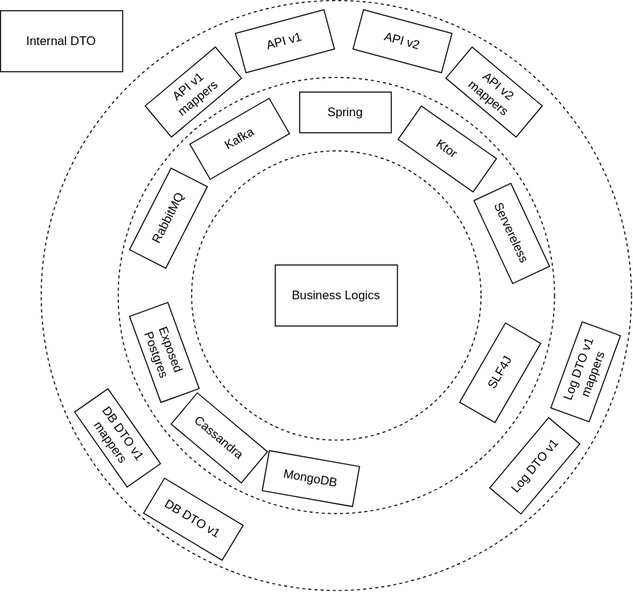
The draw.io diagram docs/architecture/img/architecture.drawio.svg in vir2al8/crypto-exchange, before a commit. Source tidied: cells renumbered, new cells last; positions are measured from the earlier drawing's top-left corner, leaving out a move shared by most shapes. Its diagram source:
```xml
<mxGraphModel>
  <root>
    <mxCell id="0" />
    <mxCell id="1" parent="0" />
    <mxCell id="2" style="ellipse;whiteSpace=wrap;html=1;dashed=1;" parent="1" vertex="1">
      <mxGeometry x="40" width="580" height="580" as="geometry" />
    </mxCell>
    <mxCell id="3" style="ellipse;whiteSpace=wrap;html=1;dashed=1;" parent="1" vertex="1">
      <mxGeometry x="115.6" y="75.6" width="428.8" height="428.8" as="geometry" />
    </mxCell>
    <mxCell id="4" value="API v1" style="rounded=0;whiteSpace=wrap;html=1;rotation=-15;" parent="1" vertex="1">
      <mxGeometry x="234.5" y="20" width="90" height="40" as="geometry" />
    </mxCell>
    <mxCell id="5" value="API v2" style="rounded=0;whiteSpace=wrap;html=1;rotation=15;" parent="1" vertex="1">
      <mxGeometry x="350" y="20" width="90" height="40" as="geometry" />
    </mxCell>
    <mxCell id="6" value="API v1 &lt;br&gt;mappers" style="rounded=0;whiteSpace=wrap;html=1;rotation=-40;" parent="1" vertex="1">
      <mxGeometry x="144.5" y="70" width="90" height="40" as="geometry" />
    </mxCell>
    <mxCell id="7" value="API v2 &lt;br&gt;mappers" style="rounded=0;whiteSpace=wrap;html=1;rotation=40;" parent="1" vertex="1">
      <mxGeometry x="440" y="70" width="90" height="40" as="geometry" />
    </mxCell>
    <mxCell id="8" value="DB DTO v1" style="rounded=0;whiteSpace=wrap;html=1;rotation=31;" parent="1" vertex="1">
      <mxGeometry x="144.5" y="490" width="90" height="40" as="geometry" />
    </mxCell>
    <mxCell id="9" value="DB DTO v1 &lt;br&gt;mappers" style="rounded=0;whiteSpace=wrap;html=1;rotation=55;" parent="1" vertex="1">
      <mxGeometry x="70" y="410" width="90" height="40" as="geometry" />
    </mxCell>
    <mxCell id="10" value="Log DTO v1 &lt;br&gt;mappers" style="rounded=0;whiteSpace=wrap;html=1;rotation=-70;" parent="1" vertex="1">
      <mxGeometry x="530" y="345" width="90" height="40" as="geometry" />
    </mxCell>
    <mxCell id="11" value="Log DTO v1" style="rounded=0;whiteSpace=wrap;html=1;rotation=-50;" parent="1" vertex="1">
      <mxGeometry x="480" y="437.5" width="90" height="40" as="geometry" />
    </mxCell>
    <mxCell id="12" style="ellipse;whiteSpace=wrap;html=1;dashed=1;" parent="1" vertex="1">
      <mxGeometry x="187.8" y="147.8" width="284.4" height="284.4" as="geometry" />
    </mxCell>
    <mxCell id="13" value="Spring" style="rounded=0;whiteSpace=wrap;html=1;rotation=0;" parent="1" vertex="1">
      <mxGeometry x="294" y="90" width="90" height="40" as="geometry" />
    </mxCell>
    <mxCell id="14" value="Ktor" style="rounded=0;whiteSpace=wrap;html=1;rotation=35;" parent="1" vertex="1">
      <mxGeometry x="394" y="126" width="90" height="40" as="geometry" />
    </mxCell>
    <mxCell id="15" value="Servereless" style="rounded=0;whiteSpace=wrap;html=1;rotation=65;" parent="1" vertex="1">
      <mxGeometry x="457.4" y="209" width="90" height="40" as="geometry" />
    </mxCell>
    <mxCell id="16" value="RabbitMQ" style="rounded=0;whiteSpace=wrap;html=1;rotation=-63;" parent="1" vertex="1">
      <mxGeometry x="120" y="194" width="90" height="40" as="geometry" />
    </mxCell>
    <mxCell id="17" value="Kafka" style="rounded=0;whiteSpace=wrap;html=1;rotation=-30;" parent="1" vertex="1">
      <mxGeometry x="190" y="116" width="90" height="40" as="geometry" />
    </mxCell>
    <mxCell id="18" value="Exposed Postgres" style="rounded=0;whiteSpace=wrap;html=1;rotation=70;" parent="1" vertex="1">
      <mxGeometry x="116" y="326" width="90" height="40" as="geometry" />
    </mxCell>
    <mxCell id="19" value="Cassandra" style="rounded=0;whiteSpace=wrap;html=1;rotation=40;" parent="1" vertex="1">
      <mxGeometry x="170" y="410" width="90" height="40" as="geometry" />
    </mxCell>
    <mxCell id="20" value="MongoDB" style="rounded=0;whiteSpace=wrap;html=1;rotation=10;" parent="1" vertex="1">
      <mxGeometry x="260" y="450" width="90" height="40" as="geometry" />
    </mxCell>
    <mxCell id="21" value="SLF4J" style="rounded=0;whiteSpace=wrap;html=1;rotation=-60;" parent="1" vertex="1">
      <mxGeometry x="446" y="346" width="90" height="40" as="geometry" />
    </mxCell>
    <mxCell id="22" value="Internal DTO" style="rounded=0;whiteSpace=wrap;html=1;" parent="1" vertex="1">
      <mxGeometry y="10" width="120" height="60" as="geometry" />
    </mxCell>
    <mxCell id="23" value="Business Logics" style="rounded=0;whiteSpace=wrap;html=1;" parent="1" vertex="1">
      <mxGeometry x="270" y="260" width="120" height="60" as="geometry" />
    </mxCell>
  </root>
</mxGraphModel>
```
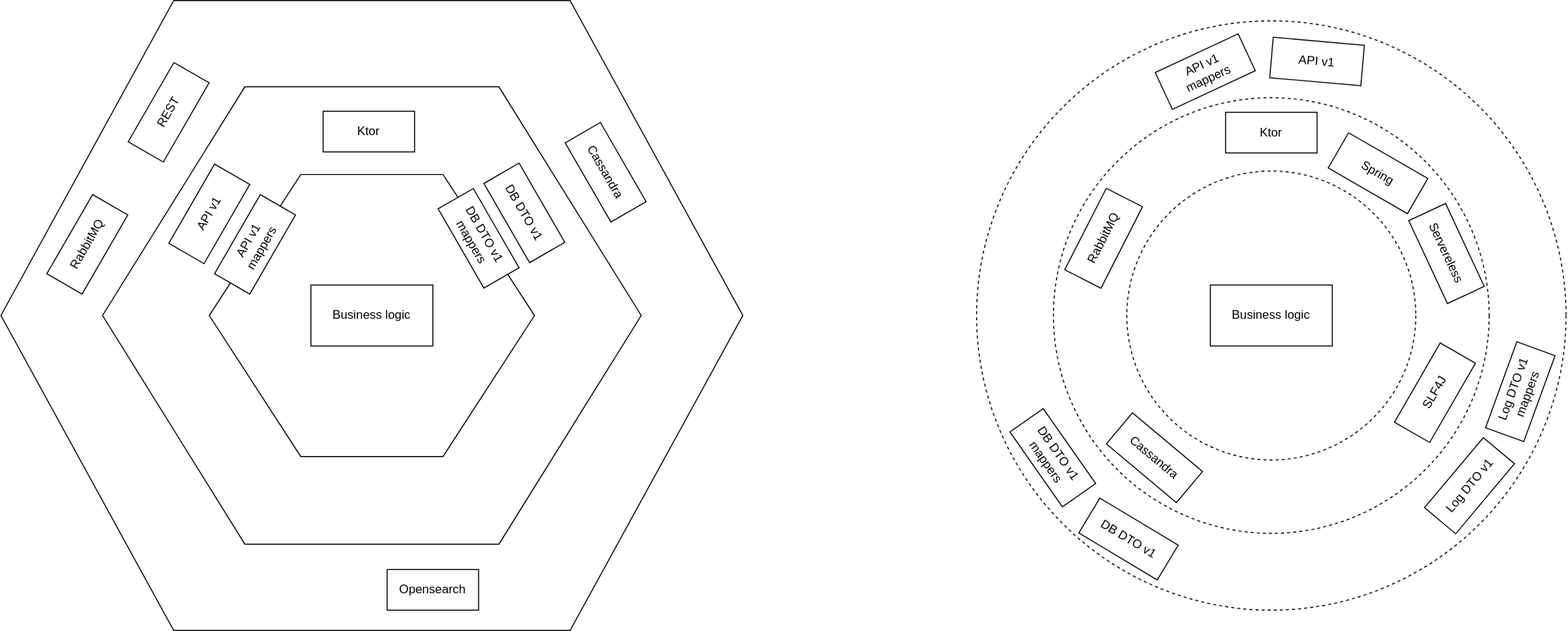
Above is the later version.

Diff of the diagram source:
```diff
@@ -8,18 +8,12 @@
     <mxCell id="3" style="ellipse;whiteSpace=wrap;html=1;dashed=1;" parent="1" vertex="1">
       <mxGeometry x="115.6" y="75.6" width="428.8" height="428.8" as="geometry" />
     </mxCell>
-    <mxCell id="4" value="API v1" style="rounded=0;whiteSpace=wrap;html=1;rotation=-15;" parent="1" vertex="1">
-      <mxGeometry x="234.5" y="20" width="90" height="40" as="geometry" />
+    <mxCell id="4" value="API v1" style="rounded=0;whiteSpace=wrap;html=1;rotation=5;" parent="1" vertex="1">
+      <mxGeometry x="330" y="20" width="90" height="40" as="geometry" />
     </mxCell>
-    <mxCell id="5" value="API v2" style="rounded=0;whiteSpace=wrap;html=1;rotation=15;" parent="1" vertex="1">
-      <mxGeometry x="350" y="20" width="90" height="40" as="geometry" />
-    </mxCell>
-    <mxCell id="6" value="API v1 &lt;br&gt;mappers" style="rounded=0;whiteSpace=wrap;html=1;rotation=-40;" parent="1" vertex="1">
-      <mxGeometry x="144.5" y="70" width="90" height="40" as="geometry" />
+    <mxCell id="6" value="API v1 &lt;br&gt;mappers" style="rounded=0;whiteSpace=wrap;html=1;rotation=-25;" parent="1" vertex="1">
+      <mxGeometry x="220" y="30" width="90" height="40" as="geometry" />
     </mxCell>
-    <mxCell id="7" value="API v2 &lt;br&gt;mappers" style="rounded=0;whiteSpace=wrap;html=1;rotation=40;" parent="1" vertex="1">
-      <mxGeometry x="440" y="70" width="90" height="40" as="geometry" />
-    </mxCell>
     <mxCell id="8" value="DB DTO v1" style="rounded=0;whiteSpace=wrap;html=1;rotation=31;" parent="1" vertex="1">
       <mxGeometry x="144.5" y="490" width="90" height="40" as="geometry" />
     </mxCell>
@@ -35,11 +29,11 @@
     <mxCell id="12" style="ellipse;whiteSpace=wrap;html=1;dashed=1;" parent="1" vertex="1">
       <mxGeometry x="187.8" y="147.8" width="284.4" height="284.4" as="geometry" />
     </mxCell>
-    <mxCell id="13" value="Spring" style="rounded=0;whiteSpace=wrap;html=1;rotation=0;" parent="1" vertex="1">
-      <mxGeometry x="294" y="90" width="90" height="40" as="geometry" />
+    <mxCell id="13" value="Spring" style="rounded=0;whiteSpace=wrap;html=1;rotation=30;" parent="1" vertex="1">
+      <mxGeometry x="390" y="130" width="90" height="40" as="geometry" />
     </mxCell>
-    <mxCell id="14" value="Ktor" style="rounded=0;whiteSpace=wrap;html=1;rotation=35;" parent="1" vertex="1">
-      <mxGeometry x="394" y="126" width="90" height="40" as="geometry" />
+    <mxCell id="14" value="Ktor" style="rounded=0;whiteSpace=wrap;html=1;rotation=0;" parent="1" vertex="1">
+      <mxGeometry x="285" y="90" width="90" height="40" as="geometry" />
     </mxCell>
     <mxCell id="15" value="Servereless" style="rounded=0;whiteSpace=wrap;html=1;rotation=65;" parent="1" vertex="1">
       <mxGeometry x="457.4" y="209" width="90" height="40" as="geometry" />
@@ -47,26 +41,53 @@
     <mxCell id="16" value="RabbitMQ" style="rounded=0;whiteSpace=wrap;html=1;rotation=-63;" parent="1" vertex="1">
       <mxGeometry x="120" y="194" width="90" height="40" as="geometry" />
     </mxCell>
-    <mxCell id="17" value="Kafka" style="rounded=0;whiteSpace=wrap;html=1;rotation=-30;" parent="1" vertex="1">
-      <mxGeometry x="190" y="116" width="90" height="40" as="geometry" />
-    </mxCell>
-    <mxCell id="18" value="Exposed Postgres" style="rounded=0;whiteSpace=wrap;html=1;rotation=70;" parent="1" vertex="1">
-      <mxGeometry x="116" y="326" width="90" height="40" as="geometry" />
-    </mxCell>
     <mxCell id="19" value="Cassandra" style="rounded=0;whiteSpace=wrap;html=1;rotation=40;" parent="1" vertex="1">
       <mxGeometry x="170" y="410" width="90" height="40" as="geometry" />
     </mxCell>
-    <mxCell id="20" value="MongoDB" style="rounded=0;whiteSpace=wrap;html=1;rotation=10;" parent="1" vertex="1">
-      <mxGeometry x="260" y="450" width="90" height="40" as="geometry" />
-    </mxCell>
     <mxCell id="21" value="SLF4J" style="rounded=0;whiteSpace=wrap;html=1;rotation=-60;" parent="1" vertex="1">
       <mxGeometry x="446" y="346" width="90" height="40" as="geometry" />
     </mxCell>
-    <mxCell id="22" value="Internal DTO" style="rounded=0;whiteSpace=wrap;html=1;" parent="1" vertex="1">
-      <mxGeometry y="10" width="120" height="60" as="geometry" />
-    </mxCell>
-    <mxCell id="23" value="Business Logics" style="rounded=0;whiteSpace=wrap;html=1;" parent="1" vertex="1">
+    <mxCell id="23" value="Business logic" style="rounded=0;whiteSpace=wrap;html=1;" parent="1" vertex="1">
       <mxGeometry x="270" y="260" width="120" height="60" as="geometry" />
     </mxCell>
+    <mxCell id="24" style="shape=hexagon;perimeter=hexagonPerimeter2;whiteSpace=wrap;html=1;fixedSize=1;size=170;" parent="1" vertex="1">
+      <mxGeometry x="-920" y="-20" width="730" height="620" as="geometry" />
+    </mxCell>
+    <mxCell id="25" style="shape=hexagon;perimeter=hexagonPerimeter2;whiteSpace=wrap;html=1;fixedSize=1;size=140;" parent="1" vertex="1">
+      <mxGeometry x="-820" y="64.9" width="530" height="450.1" as="geometry" />
+    </mxCell>
+    <mxCell id="26" style="shape=hexagon;perimeter=hexagonPerimeter2;whiteSpace=wrap;html=1;fixedSize=1;size=90;" parent="1" vertex="1">
+      <mxGeometry x="-715" y="151.2" width="320" height="277.5" as="geometry" />
+    </mxCell>
+    <mxCell id="27" value="Business logic" style="rounded=0;whiteSpace=wrap;html=1;" parent="1" vertex="1">
+      <mxGeometry x="-615" y="260" width="120" height="60" as="geometry" />
+    </mxCell>
+    <mxCell id="28" value="Ktor" style="rounded=0;whiteSpace=wrap;html=1;rotation=0;" parent="1" vertex="1">
+      <mxGeometry x="-603" y="89" width="90" height="40" as="geometry" />
+    </mxCell>
+    <mxCell id="29" value="API v1" style="rounded=0;whiteSpace=wrap;html=1;rotation=-60;" parent="1" vertex="1">
+      <mxGeometry x="-760" y="170" width="90" height="40" as="geometry" />
+    </mxCell>
+    <mxCell id="30" value="API v1 &lt;br&gt;mappers" style="rounded=0;whiteSpace=wrap;html=1;rotation=-60;" parent="1" vertex="1">
+      <mxGeometry x="-715" y="200" width="90" height="40" as="geometry" />
+    </mxCell>
+    <mxCell id="31" value="DB DTO v1 &lt;br&gt;mappers" style="rounded=0;whiteSpace=wrap;html=1;rotation=60;" parent="1" vertex="1">
+      <mxGeometry x="-495" y="194" width="90" height="40" as="geometry" />
+    </mxCell>
+    <mxCell id="32" value="DB DTO v1" style="rounded=0;whiteSpace=wrap;html=1;rotation=60;" parent="1" vertex="1">
+      <mxGeometry x="-450" y="169" width="90" height="40" as="geometry" />
+    </mxCell>
+    <mxCell id="33" value="RabbitMQ" style="rounded=0;whiteSpace=wrap;html=1;rotation=-60;" parent="1" vertex="1">
+      <mxGeometry x="-880" y="200" width="90" height="40" as="geometry" />
+    </mxCell>
+    <mxCell id="34" value="REST" style="rounded=0;whiteSpace=wrap;html=1;rotation=-60;" parent="1" vertex="1">
+      <mxGeometry x="-800" y="70" width="90" height="40" as="geometry" />
+    </mxCell>
+    <mxCell id="35" value="Cassandra" style="rounded=0;whiteSpace=wrap;html=1;rotation=60;" parent="1" vertex="1">
+      <mxGeometry x="-370" y="129" width="90" height="40" as="geometry" />
+    </mxCell>
+    <mxCell id="36" value="Opensearch" style="rounded=0;whiteSpace=wrap;html=1;rotation=0;" parent="1" vertex="1">
+      <mxGeometry x="-540" y="540" width="90" height="40" as="geometry" />
+    </mxCell>
   </root>
 </mxGraphModel>
```
